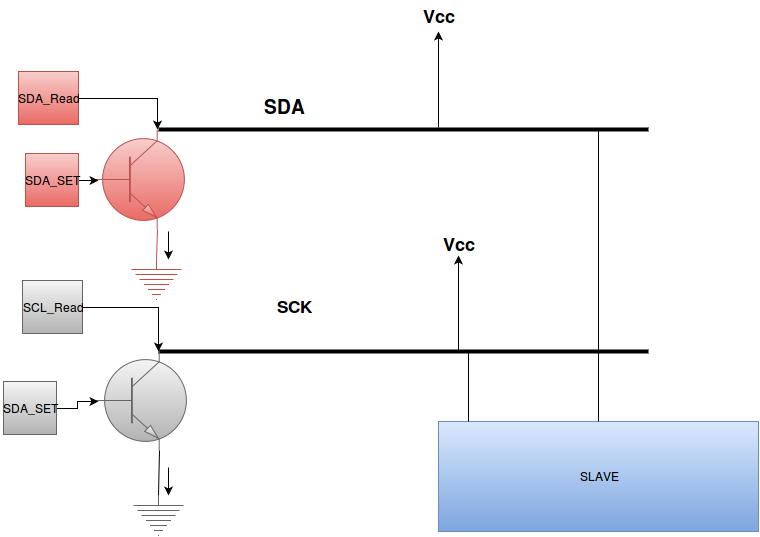
Earlier version of the draw.io export Way_to_wire_up_i2c.png (chanakya-vc/GSOC_DRIVER_IMG). Source tidied: cells renumbered, new cells last; positions are measured from the earlier drawing's top-left corner, leaving out a move shared by most shapes. The source it was exported from:
```xml
<mxGraphModel background="#ffffff">
  <root>
    <mxCell id="0" />
    <mxCell id="1" parent="0" />
    <mxCell id="2" style="line;html=1;perimeter=backbonePerimeter;points=[];outlineConnect=0;" parent="1" vertex="1">
      <mxGeometry x="155" y="345" width="490" height="10" as="geometry" />
    </mxCell>
    <mxCell id="3" style="line;html=1;perimeter=backbonePerimeter;points=[];outlineConnect=0;" parent="1" vertex="1">
      <mxGeometry x="155" y="123" width="490" height="10" as="geometry" />
    </mxCell>
    <mxCell id="4" value="SLAVE" style="whiteSpace=wrap;html=1;plain-blue;" parent="1" vertex="1">
      <mxGeometry x="435" y="420" width="320" height="110" as="geometry" />
    </mxCell>
    <mxCell id="5" style="endArrow=none;html=1;" parent="1" edge="1" target="2">
      <mxGeometry relative="1" as="geometry">
        <mxPoint x="465" y="420" as="sourcePoint" />
      </mxGeometry>
    </mxCell>
    <mxCell id="6" style="endArrow=none;html=1;" parent="1" edge="1" target="3">
      <mxGeometry x="630" y="381" as="geometry">
        <mxPoint x="595" y="420" as="sourcePoint" />
      </mxGeometry>
    </mxCell>
    <mxCell id="7" value="&lt;font style=&quot;font-size: 17px&quot;&gt;SCK&lt;/font&gt;" style="text;html=1;strokeColor=none;fillColor=none;align=center;verticalAlign=middle;whiteSpace=wrap;overflow=hidden;fontStyle=1;" parent="1" vertex="1">
      <mxGeometry x="245" y="280" width="90" height="50" as="geometry" />
    </mxCell>
    <mxCell id="8" value="&lt;font style=&quot;font-size: 19px&quot;&gt;SDA&lt;/font&gt;" style="text;html=1;strokeColor=none;fillColor=none;align=center;verticalAlign=middle;whiteSpace=wrap;overflow=hidden;fontStyle=1;" parent="1" vertex="1">
      <mxGeometry x="235" y="80" width="90" height="50" as="geometry" />
    </mxCell>
    <mxCell id="9" style="group;" parent="1" vertex="1">
      <mxGeometry x="88" y="128" width="95" height="170" as="geometry" />
    </mxCell>
    <mxCell id="10" style="verticalLabelPosition=bottom;shadow=0;dashed=0;align=center;html=1;verticalAlign=top;strokeWidth=1;shape=mxgraph.electrical.transistors.npn_transistor_1;plain-red;" parent="9" vertex="1">
      <mxGeometry width="95" height="100" as="geometry" />
    </mxCell>
    <mxCell id="11" style="verticalLabelPosition=bottom;shadow=0;dashed=0;align=center;html=1;verticalAlign=top;strokeWidth=1;shape=mxgraph.electrical.signal_sources.protective_earth;plain-red;" parent="9" vertex="1">
      <mxGeometry x="40" y="130" width="50" height="40" as="geometry" />
    </mxCell>
    <mxCell id="12" style="endArrow=none;html=1;exitX=0.5;exitY=0;exitPerimeter=0;entryX=0.7;entryY=1;entryPerimeter=0;plain-red;" parent="9" edge="1" source="11" target="10">
      <mxGeometry x="120" y="130" as="geometry" />
    </mxCell>
    <mxCell id="13" style="group;" parent="1" vertex="1">
      <mxGeometry x="90" y="349" width="95" height="185" as="geometry" />
    </mxCell>
    <mxCell id="14" style="verticalLabelPosition=bottom;shadow=0;dashed=0;align=center;html=1;verticalAlign=top;strokeWidth=1;shape=mxgraph.electrical.transistors.npn_transistor_1;plain-gray;" parent="13" vertex="1">
      <mxGeometry width="95" height="100" as="geometry" />
    </mxCell>
    <mxCell id="15" style="verticalLabelPosition=bottom;shadow=0;dashed=0;align=center;html=1;verticalAlign=top;strokeWidth=1;shape=mxgraph.electrical.signal_sources.protective_earth;plain-gray;" parent="13" vertex="1">
      <mxGeometry x="40" y="145" width="50" height="40" as="geometry" />
    </mxCell>
    <mxCell id="16" style="endArrow=none;html=1;exitX=0.5;exitY=0;exitPerimeter=0;entryX=0.7;entryY=1;entryPerimeter=0;" parent="13" edge="1" source="15" target="14">
      <mxGeometry relative="1" as="geometry" />
    </mxCell>
    <mxCell id="17" style="endArrow=classic;html=1;" parent="13" edge="1">
      <mxGeometry x="75" y="117" as="geometry">
        <mxPoint x="75" y="117" as="sourcePoint" />
        <mxPoint x="75" y="145" as="targetPoint" />
      </mxGeometry>
    </mxCell>
    <mxCell id="18" style="edgeStyle=orthogonalEdgeStyle;rounded=0;html=1;exitX=1;exitY=0.5;jettySize=auto;" parent="1" edge="1" source="19">
      <mxGeometry relative="1" as="geometry">
        <mxPoint x="95" y="179" as="targetPoint" />
      </mxGeometry>
    </mxCell>
    <mxCell id="19" value="SDA_SET" style="whiteSpace=wrap;html=1;plain-red;" parent="1" vertex="1">
      <mxGeometry x="22" y="152" width="53" height="53" as="geometry" />
    </mxCell>
    <mxCell id="20" style="edgeStyle=orthogonalEdgeStyle;rounded=0;html=1;exitX=1;exitY=0.5;entryX=0.7;entryY=0;entryPerimeter=0;jettySize=auto;" parent="1" edge="1" source="21" target="10">
      <mxGeometry relative="1" as="geometry" />
    </mxCell>
    <mxCell id="21" value="SDA_Read" style="whiteSpace=wrap;html=1;plain-red;" parent="1" vertex="1">
      <mxGeometry x="15" y="70" width="60" height="53" as="geometry" />
    </mxCell>
    <mxCell id="22" style="edgeStyle=orthogonalEdgeStyle;rounded=0;html=1;exitX=1;exitY=0.5;jettySize=auto;" parent="1" edge="1" source="23">
      <mxGeometry relative="1" as="geometry">
        <mxPoint x="155" y="350" as="targetPoint" />
      </mxGeometry>
    </mxCell>
    <mxCell id="23" value="SCL_Read" style="whiteSpace=wrap;html=1;plain-gray;" parent="1" vertex="1">
      <mxGeometry x="19" y="279" width="60" height="53" as="geometry" />
    </mxCell>
    <mxCell id="24" style="edgeStyle=orthogonalEdgeStyle;rounded=0;html=1;exitX=1;exitY=0.5;jettySize=auto;" parent="1" edge="1" source="25">
      <mxGeometry relative="1" as="geometry">
        <mxPoint x="95" y="400" as="targetPoint" />
      </mxGeometry>
    </mxCell>
    <mxCell id="25" value="SDA_SET" style="whiteSpace=wrap;html=1;plain-gray;" parent="1" vertex="1">
      <mxGeometry y="380" width="53" height="53" as="geometry" />
    </mxCell>
    <mxCell id="26" style="endArrow=classic;html=1;" parent="1" edge="1">
      <mxGeometry x="200" y="260" as="geometry">
        <mxPoint x="165" y="230" as="sourcePoint" />
        <mxPoint x="165" y="258" as="targetPoint" />
      </mxGeometry>
    </mxCell>
    <mxCell id="27" style="endArrow=classic;html=1;" parent="1" edge="1" source="3">
      <mxGeometry relative="1" as="geometry">
        <mxPoint x="435" y="30" as="targetPoint" />
      </mxGeometry>
    </mxCell>
    <mxCell id="28" value="&lt;b&gt;&lt;font style=&quot;font-size: 18px&quot;&gt;Vcc&lt;/font&gt;&lt;/b&gt;" style="text;html=1;strokeColor=none;fillColor=none;align=center;verticalAlign=middle;whiteSpace=wrap;overflow=hidden;" parent="1" vertex="1">
      <mxGeometry x="395" width="80" height="30" as="geometry" />
    </mxCell>
    <mxCell id="29" value="&lt;b&gt;&lt;font style=&quot;font-size: 18px&quot;&gt;Vcc&lt;/font&gt;&lt;/b&gt;" style="text;html=1;strokeColor=none;fillColor=none;align=center;verticalAlign=middle;whiteSpace=wrap;overflow=hidden;" parent="1" vertex="1">
      <mxGeometry x="415" y="228" width="80" height="30" as="geometry" />
    </mxCell>
    <mxCell id="30" style="endArrow=classic;html=1;" parent="1" edge="1">
      <mxGeometry x="490" y="284" as="geometry">
        <mxPoint x="455" y="350" as="sourcePoint" />
        <mxPoint x="455" y="254" as="targetPoint" />
      </mxGeometry>
    </mxCell>
  </root>
</mxGraphModel>
```
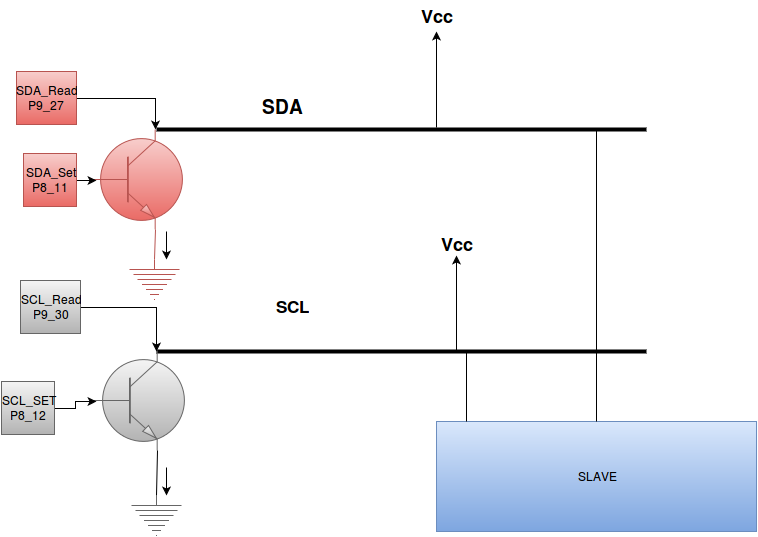
The same file after the commit.

What changed in the source:
```diff
@@ -21,7 +21,7 @@
         <mxPoint x="595" y="420" as="sourcePoint" />
       </mxGeometry>
     </mxCell>
-    <mxCell id="7" value="&lt;font style=&quot;font-size: 17px&quot;&gt;SCK&lt;/font&gt;" style="text;html=1;strokeColor=none;fillColor=none;align=center;verticalAlign=middle;whiteSpace=wrap;overflow=hidden;fontStyle=1;" parent="1" vertex="1">
+    <mxCell id="7" value="&lt;font style=&quot;font-size: 17px&quot;&gt;SCL&lt;/font&gt;" style="text;html=1;strokeColor=none;fillColor=none;align=center;verticalAlign=middle;whiteSpace=wrap;overflow=hidden;fontStyle=1;" parent="1" vertex="1">
       <mxGeometry x="245" y="280" width="90" height="50" as="geometry" />
     </mxCell>
     <mxCell id="8" value="&lt;font style=&quot;font-size: 19px&quot;&gt;SDA&lt;/font&gt;" style="text;html=1;strokeColor=none;fillColor=none;align=center;verticalAlign=middle;whiteSpace=wrap;overflow=hidden;fontStyle=1;" parent="1" vertex="1">
@@ -62,13 +62,13 @@
         <mxPoint x="95" y="179" as="targetPoint" />
       </mxGeometry>
     </mxCell>
-    <mxCell id="19" value="SDA_SET" style="whiteSpace=wrap;html=1;plain-red;" parent="1" vertex="1">
+    <mxCell id="19" value="SDA_Set&lt;br&gt;P8_11&lt;br&gt;" style="whiteSpace=wrap;html=1;plain-red;" parent="1" vertex="1">
       <mxGeometry x="22" y="152" width="53" height="53" as="geometry" />
     </mxCell>
     <mxCell id="20" style="edgeStyle=orthogonalEdgeStyle;rounded=0;html=1;exitX=1;exitY=0.5;entryX=0.7;entryY=0;entryPerimeter=0;jettySize=auto;" parent="1" edge="1" source="21" target="10">
       <mxGeometry relative="1" as="geometry" />
     </mxCell>
-    <mxCell id="21" value="SDA_Read" style="whiteSpace=wrap;html=1;plain-red;" parent="1" vertex="1">
+    <mxCell id="21" value="SDA_Read&lt;br&gt;P9_27&lt;br&gt;" style="whiteSpace=wrap;html=1;plain-red;" parent="1" vertex="1">
       <mxGeometry x="15" y="70" width="60" height="53" as="geometry" />
     </mxCell>
     <mxCell id="22" style="edgeStyle=orthogonalEdgeStyle;rounded=0;html=1;exitX=1;exitY=0.5;jettySize=auto;" parent="1" edge="1" source="23">
@@ -76,7 +76,7 @@
         <mxPoint x="155" y="350" as="targetPoint" />
       </mxGeometry>
     </mxCell>
-    <mxCell id="23" value="SCL_Read" style="whiteSpace=wrap;html=1;plain-gray;" parent="1" vertex="1">
+    <mxCell id="23" value="SCL_Read&lt;br&gt;P9_30" style="whiteSpace=wrap;html=1;plain-gray;" parent="1" vertex="1">
       <mxGeometry x="19" y="279" width="60" height="53" as="geometry" />
     </mxCell>
     <mxCell id="24" style="edgeStyle=orthogonalEdgeStyle;rounded=0;html=1;exitX=1;exitY=0.5;jettySize=auto;" parent="1" edge="1" source="25">
@@ -84,7 +84,7 @@
         <mxPoint x="95" y="400" as="targetPoint" />
       </mxGeometry>
     </mxCell>
-    <mxCell id="25" value="SDA_SET" style="whiteSpace=wrap;html=1;plain-gray;" parent="1" vertex="1">
+    <mxCell id="25" value="SCL_SET&lt;br&gt;P8_12&lt;br&gt;" style="whiteSpace=wrap;html=1;plain-gray;" parent="1" vertex="1">
       <mxGeometry y="380" width="53" height="53" as="geometry" />
     </mxCell>
     <mxCell id="26" style="endArrow=classic;html=1;" parent="1" edge="1">
```
